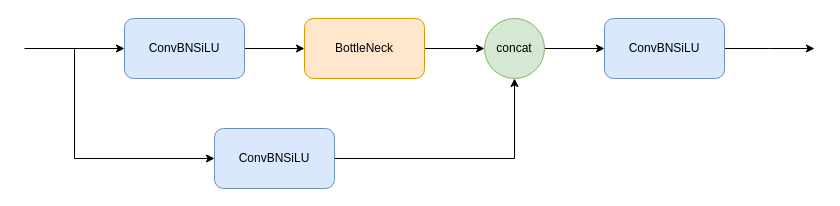
225ceV/- keeps this draw.io diagram as c3.drawio. Above is the earlier version. Source tidied: cells renumbered, new cells numbered last; positions are measured from the earlier drawing's top-left corner, leaving out a move shared by most shapes. Both pictures are drawn from the tidied source at 100%, with x=0, y=0 at pixel (24, 18).
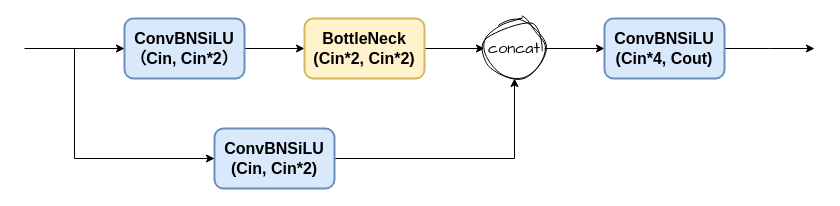
The same page after the edit.

Diff of the diagram source:
```diff
@@
 <mxGraphModel>
   <root>
     <mxCell id="0" />
     <mxCell id="1" parent="0" />
     <mxCell id="2" style="edgeStyle=orthogonalEdgeStyle;rounded=0;jettySize=auto;html=1;entryX=0;entryY=0.5;entryDx=0;entryDy=0;" parent="1" edge="1" source="3" target="5">
       <mxGeometry relative="1" as="geometry" />
     </mxCell>
-    <mxCell id="3" value="ConvBNSiLU" style="rounded=1;whiteSpace=wrap;html=1;fillColor=#dae8fc;strokeColor=#6c8ebf;" parent="1" vertex="1">
+    <mxCell id="3" value="&lt;font style=&quot;font-size: 16px;&quot;&gt;&lt;b&gt;ConvBNSiLU&lt;br&gt;（Cin, Cin*2）&lt;br&gt;&lt;/b&gt;&lt;/font&gt;" style="rounded=1;whiteSpace=wrap;html=1;fillColor=#dae8fc;strokeColor=#6c8ebf;strokeWidth=2;" parent="1" vertex="1">
       <mxGeometry x="100" width="120" height="60" as="geometry" />
     </mxCell>
     <mxCell id="4" style="edgeStyle=orthogonalEdgeStyle;rounded=0;jettySize=auto;html=1;entryX=0;entryY=0.5;entryDx=0;entryDy=0;" parent="1" edge="1" source="5" target="9">
       <mxGeometry relative="1" as="geometry" />
     </mxCell>
-    <mxCell id="5" value="BottleNeck" style="rounded=1;whiteSpace=wrap;html=1;fillColor=#ffe6cc;strokeColor=#d79b00;" parent="1" vertex="1">
+    <mxCell id="5" value="&lt;font style=&quot;font-size: 16px;&quot;&gt;&lt;b&gt;BottleNeck&lt;br&gt;(Cin*2, Cin*2)&lt;br&gt;&lt;/b&gt;&lt;/font&gt;" style="rounded=1;whiteSpace=wrap;html=1;fillColor=#fff2cc;strokeColor=#d6b656;strokeWidth=2;" parent="1" vertex="1">
       <mxGeometry x="280" width="120" height="60" as="geometry" />
     </mxCell>
     <mxCell id="6" style="edgeStyle=orthogonalEdgeStyle;rounded=0;jettySize=auto;html=1;" parent="1" edge="1" source="7" target="9">
       <mxGeometry relative="1" as="geometry" />
     </mxCell>
-    <mxCell id="7" value="ConvBNSiLU" style="rounded=1;whiteSpace=wrap;html=1;fillColor=#dae8fc;strokeColor=#6c8ebf;" parent="1" vertex="1">
+    <mxCell id="7" value="&lt;font style=&quot;font-size: 16px;&quot;&gt;&lt;b&gt;ConvBNSiLU&lt;br&gt;(Cin, Cin*2)&lt;br&gt;&lt;/b&gt;&lt;/font&gt;" style="rounded=1;whiteSpace=wrap;html=1;fillColor=#dae8fc;strokeColor=#6c8ebf;strokeWidth=2;" parent="1" vertex="1">
       <mxGeometry x="190" y="110" width="120" height="60" as="geometry" />
     </mxCell>
     <mxCell id="8" style="edgeStyle=orthogonalEdgeStyle;rounded=0;jettySize=auto;html=1;exitX=1;exitY=0.5;exitDx=0;exitDy=0;entryX=0;entryY=0.5;entryDx=0;entryDy=0;" parent="1" edge="1" source="9" target="11">
       <mxGeometry relative="1" as="geometry" />
     </mxCell>
-    <mxCell id="9" value="concat" style="ellipse;whiteSpace=wrap;html=1;fillColor=#d5e8d4;strokeColor=#82b366;" parent="1" vertex="1">
+    <mxCell id="9" value="&lt;font face=&quot;Comic Sans MS&quot; style=&quot;font-size: 16px;&quot;&gt;concat&lt;/font&gt;" style="ellipse;whiteSpace=wrap;html=1;sketch=1;curveFitting=1;jiggle=2;" parent="1" vertex="1">
       <mxGeometry x="460" width="60" height="60" as="geometry" />
     </mxCell>
     <mxCell id="10" style="edgeStyle=orthogonalEdgeStyle;rounded=0;jettySize=auto;html=1;exitX=1;exitY=0.5;exitDx=0;exitDy=0;" parent="1" edge="1" source="11">
       <mxGeometry relative="1" as="geometry">
         <mxPoint x="790" y="30" as="targetPoint" />
       </mxGeometry>
     </mxCell>
-    <mxCell id="11" value="ConvBNSiLU" style="rounded=1;whiteSpace=wrap;html=1;fillColor=#dae8fc;strokeColor=#6c8ebf;" parent="1" vertex="1">
+    <mxCell id="11" value="&lt;font style=&quot;font-size: 16px;&quot;&gt;&lt;b&gt;ConvBNSiLU&lt;br&gt;(Cin*4, Cout)&lt;br&gt;&lt;/b&gt;&lt;/font&gt;" style="rounded=1;whiteSpace=wrap;html=1;fillColor=#dae8fc;strokeColor=#6c8ebf;strokeWidth=2;" parent="1" vertex="1">
       <mxGeometry x="580" width="120" height="60" as="geometry" />
     </mxCell>
     <mxCell id="12" style="endArrow=classic;html=1;rounded=0;entryX=0;entryY=0.5;entryDx=0;entryDy=0;" parent="1" edge="1" target="3">
       <mxGeometry relative="1" as="geometry">
         <mxPoint y="30" as="sourcePoint" />
       </mxGeometry>
     </mxCell>
     <mxCell id="13" style="endArrow=classic;html=1;rounded=0;entryX=0;entryY=0.5;entryDx=0;entryDy=0;" parent="1" edge="1" target="7">
       <mxGeometry relative="1" as="geometry">
         <mxPoint x="50" y="30" as="sourcePoint" />
         <Array as="points">
           <mxPoint x="50" y="140" />
         </Array>
       </mxGeometry>
     </mxCell>
   </root>
 </mxGraphModel>
```
